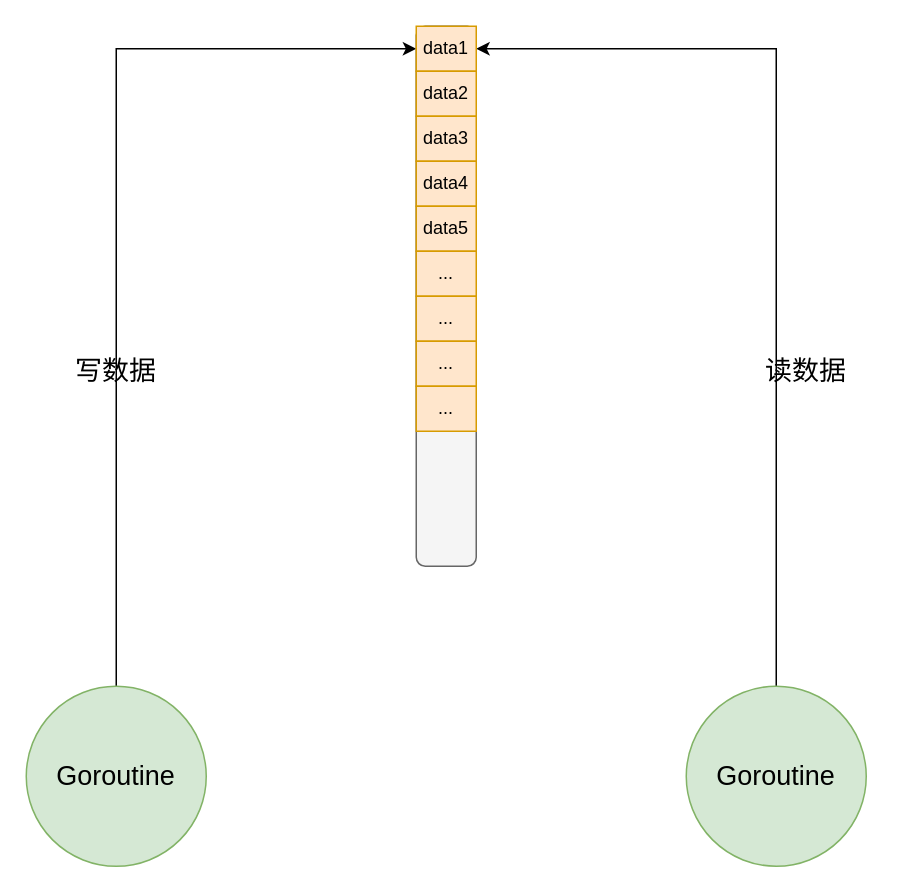
Before: go/go channel.drawio in LanSeTianYe/draw, a draw.io diagram. Source tidied: cells renumbered, new cells numbered last; positions are measured from the earlier drawing's top-left corner, leaving out a move shared by most shapes. Both pictures are drawn from the tidied source at 150%, with x=0, y=0 at pixel (26, 26).
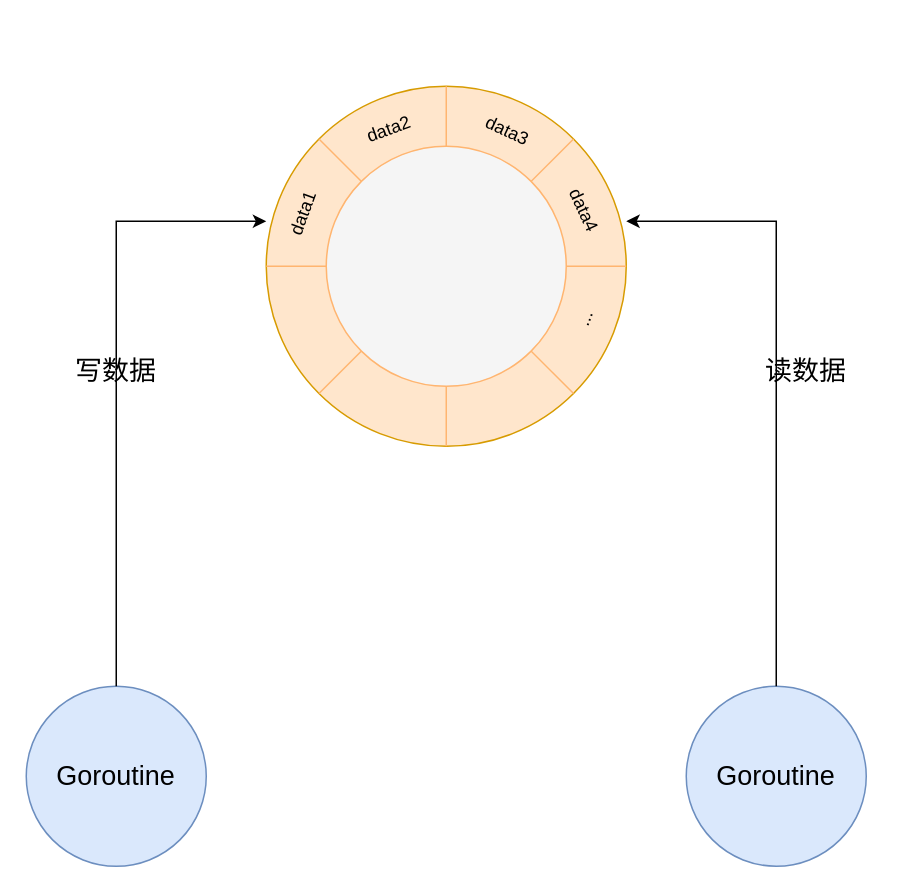
Above is the later version.

The edit, as a diff of the source:
```diff
@@
 <mxGraphModel>
   <root>
     <mxCell id="0" />
     <mxCell id="1" parent="0" />
-    <mxCell id="2" style="edgeStyle=orthogonalEdgeStyle;rounded=0;jettySize=auto;html=1;exitX=0.5;exitY=0;exitDx=0;exitDy=0;entryX=0;entryY=0.5;entryDx=0;entryDy=0;" parent="1" edge="1" source="3" target="9">
-      <mxGeometry relative="1" as="geometry" />
-    </mxCell>
+    <mxCell id="18" style="ellipse;whiteSpace=wrap;html=1;fillColor=#ffe6cc;strokeColor=#d79b00;" parent="1" vertex="1">
+      <mxGeometry x="160" y="40" width="240" height="240" as="geometry" />
+    </mxCell>
-    <mxCell id="3" value="&lt;font style=&quot;font-size: 18px;&quot;&gt;Goroutine&lt;/font&gt;" style="ellipse;whiteSpace=wrap;html=1;fillColor=#d5e8d4;strokeColor=#82b366;" parent="1" vertex="1">
+    <mxCell id="3" value="&lt;font style=&quot;font-size: 18px;&quot;&gt;Goroutine&lt;/font&gt;" style="ellipse;whiteSpace=wrap;html=1;fillColor=#dae8fc;strokeColor=#6c8ebf;" parent="1" vertex="1">
       <mxGeometry y="440" width="120" height="120" as="geometry" />
     </mxCell>
-    <mxCell id="4" style="edgeStyle=orthogonalEdgeStyle;rounded=0;jettySize=auto;html=1;exitX=0.5;exitY=0;exitDx=0;exitDy=0;entryX=1;entryY=0.5;entryDx=0;entryDy=0;" parent="1" edge="1" source="5" target="9">
-      <mxGeometry relative="1" as="geometry" />
-    </mxCell>
-    <mxCell id="5" value="&lt;font style=&quot;font-size: 18px;&quot;&gt;Goroutine&lt;/font&gt;" style="ellipse;whiteSpace=wrap;html=1;fillColor=#d5e8d4;strokeColor=#82b366;" parent="1" vertex="1">
+    <mxCell id="5" value="&lt;font style=&quot;font-size: 18px;&quot;&gt;Goroutine&lt;/font&gt;" style="ellipse;whiteSpace=wrap;html=1;fillColor=#dae8fc;strokeColor=#6c8ebf;" parent="1" vertex="1">
       <mxGeometry x="440" y="440" width="120" height="120" as="geometry" />
     </mxCell>
-    <mxCell id="6" style="rounded=1;whiteSpace=wrap;html=1;rotation=90;fillColor=#f5f5f5;strokeColor=#666666;fontColor=#333333;" parent="1" vertex="1">
-      <mxGeometry x="100" y="160" width="360" height="40" as="geometry" />
-    </mxCell>
     <mxCell id="7" value="&lt;font style=&quot;font-size: 18px;&quot;&gt;写数据&lt;/font&gt;" style="text;html=1;align=center;verticalAlign=middle;whiteSpace=wrap;rounded=0;" parent="1" vertex="1">
       <mxGeometry y="200" width="120" height="60" as="geometry" />
     </mxCell>
     <mxCell id="8" value="&lt;font style=&quot;font-size: 18px;&quot;&gt;读数据&lt;/font&gt;" style="text;html=1;align=center;verticalAlign=middle;whiteSpace=wrap;rounded=0;" parent="1" vertex="1">
       <mxGeometry x="460" y="200" width="120" height="60" as="geometry" />
     </mxCell>
+    <mxCell id="19" style="endArrow=none;html=1;rounded=0;entryX=1;entryY=1;entryDx=0;entryDy=0;exitX=0;exitY=0;exitDx=0;exitDy=0;strokeColor=#FFB570;" parent="1" edge="1" source="18" target="18">
+      <mxGeometry relative="1" as="geometry" />
+    </mxCell>
+    <mxCell id="20" style="endArrow=none;html=1;rounded=0;entryX=1;entryY=0;entryDx=0;entryDy=0;exitX=0;exitY=1;exitDx=0;exitDy=0;strokeColor=#FFB570;" parent="1" edge="1" source="18" target="18">
+      <mxGeometry relative="1" as="geometry" />
+    </mxCell>
+    <mxCell id="21" style="endArrow=none;html=1;rounded=0;entryX=0.5;entryY=1;entryDx=0;entryDy=0;exitX=0.5;exitY=0;exitDx=0;exitDy=0;strokeColor=#FFB570;" parent="1" edge="1" source="18" target="18">
+      <mxGeometry relative="1" as="geometry" />
+    </mxCell>
+    <mxCell id="22" style="endArrow=none;html=1;rounded=0;entryX=1;entryY=0.5;entryDx=0;entryDy=0;exitX=0;exitY=0.5;exitDx=0;exitDy=0;strokeColor=#FFB570;" parent="1" edge="1" source="18" target="18">
+      <mxGeometry relative="1" as="geometry" />
+    </mxCell>
+    <mxCell id="23" style="ellipse;whiteSpace=wrap;html=1;strokeColor=#FFB570;fillColor=#f5f5f5;fontColor=#333333;" parent="1" vertex="1">
+      <mxGeometry x="200" y="80" width="160" height="160" as="geometry" />
+    </mxCell>
+    <mxCell id="24" style="edgeStyle=orthogonalEdgeStyle;rounded=0;jettySize=auto;html=1;exitX=0.5;exitY=0;exitDx=0;exitDy=0;entryX=0;entryY=0.375;entryDx=0;entryDy=0;entryPerimeter=0;" parent="1" edge="1" source="3" target="18">
+      <mxGeometry relative="1" as="geometry" />
+    </mxCell>
+    <mxCell id="25" style="edgeStyle=orthogonalEdgeStyle;rounded=0;jettySize=auto;html=1;exitX=0.5;exitY=0;exitDx=0;exitDy=0;entryX=1;entryY=0.375;entryDx=0;entryDy=0;entryPerimeter=0;" parent="1" edge="1" source="5" target="18">
+      <mxGeometry relative="1" as="geometry" />
+    </mxCell>
-    <mxCell id="9" value="data1" style="rounded=0;whiteSpace=wrap;html=1;fillColor=#ffe6cc;strokeColor=#d79b00;" parent="1" vertex="1">
-      <mxGeometry x="260" width="40" height="30" as="geometry" />
+    <mxCell id="9" value="data1" style="text;html=1;align=center;verticalAlign=middle;whiteSpace=wrap;rounded=0;rotation=-70;" parent="1" vertex="1">
+      <mxGeometry x="160" y="110" width="50" height="30" as="geometry" />
     </mxCell>
+    <mxCell id="26" value="..." style="text;html=1;align=center;verticalAlign=middle;whiteSpace=wrap;rounded=0;rotation=-70;" parent="1" vertex="1">
+      <mxGeometry x="348" y="180" width="50" height="30" as="geometry" />
+    </mxCell>
-    <mxCell id="10" value="data2" style="rounded=0;whiteSpace=wrap;html=1;fillColor=#ffe6cc;strokeColor=#d79b00;" parent="1" vertex="1">
-      <mxGeometry x="260" y="30" width="40" height="30" as="geometry" />
+    <mxCell id="10" value="data2" style="text;html=1;align=center;verticalAlign=middle;whiteSpace=wrap;rounded=0;rotation=-20;" parent="1" vertex="1">
+      <mxGeometry x="217" y="54" width="50" height="30" as="geometry" />
     </mxCell>
-    <mxCell id="11" value="data3" style="rounded=0;whiteSpace=wrap;html=1;fillColor=#ffe6cc;strokeColor=#d79b00;" parent="1" vertex="1">
-      <mxGeometry x="260" y="60" width="40" height="30" as="geometry" />
+    <mxCell id="11" value="data3" style="text;html=1;align=center;verticalAlign=middle;whiteSpace=wrap;rounded=0;rotation=25;" parent="1" vertex="1">
+      <mxGeometry x="296" y="55" width="50" height="30" as="geometry" />
     </mxCell>
-    <mxCell id="12" value="data4" style="rounded=0;whiteSpace=wrap;html=1;fillColor=#ffe6cc;strokeColor=#d79b00;" parent="1" vertex="1">
-      <mxGeometry x="260" y="90" width="40" height="30" as="geometry" />
+    <mxCell id="12" value="data4" style="text;html=1;align=center;verticalAlign=middle;whiteSpace=wrap;rounded=0;rotation=65;" parent="1" vertex="1">
+      <mxGeometry x="347" y="108" width="50" height="30" as="geometry" />
     </mxCell>
-    <mxCell id="13" value="data5" style="rounded=0;whiteSpace=wrap;html=1;fillColor=#ffe6cc;strokeColor=#d79b00;" parent="1" vertex="1">
-      <mxGeometry x="260" y="120" width="40" height="30" as="geometry" />
-    </mxCell>
-    <mxCell id="14" value="..." style="rounded=0;whiteSpace=wrap;html=1;fillColor=#ffe6cc;strokeColor=#d79b00;" parent="1" vertex="1">
-      <mxGeometry x="260" y="150" width="40" height="30" as="geometry" />
-    </mxCell>
-    <mxCell id="15" value="..." style="rounded=0;whiteSpace=wrap;html=1;fillColor=#ffe6cc;strokeColor=#d79b00;" parent="1" vertex="1">
-      <mxGeometry x="260" y="180" width="40" height="30" as="geometry" />
-    </mxCell>
-    <mxCell id="16" value="..." style="rounded=0;whiteSpace=wrap;html=1;fillColor=#ffe6cc;strokeColor=#d79b00;" parent="1" vertex="1">
-      <mxGeometry x="260" y="210" width="40" height="30" as="geometry" />
-    </mxCell>
-    <mxCell id="17" value="..." style="rounded=0;whiteSpace=wrap;html=1;fillColor=#ffe6cc;strokeColor=#d79b00;" parent="1" vertex="1">
-      <mxGeometry x="260" y="240" width="40" height="30" as="geometry" />
-    </mxCell>
   </root>
 </mxGraphModel>
```
